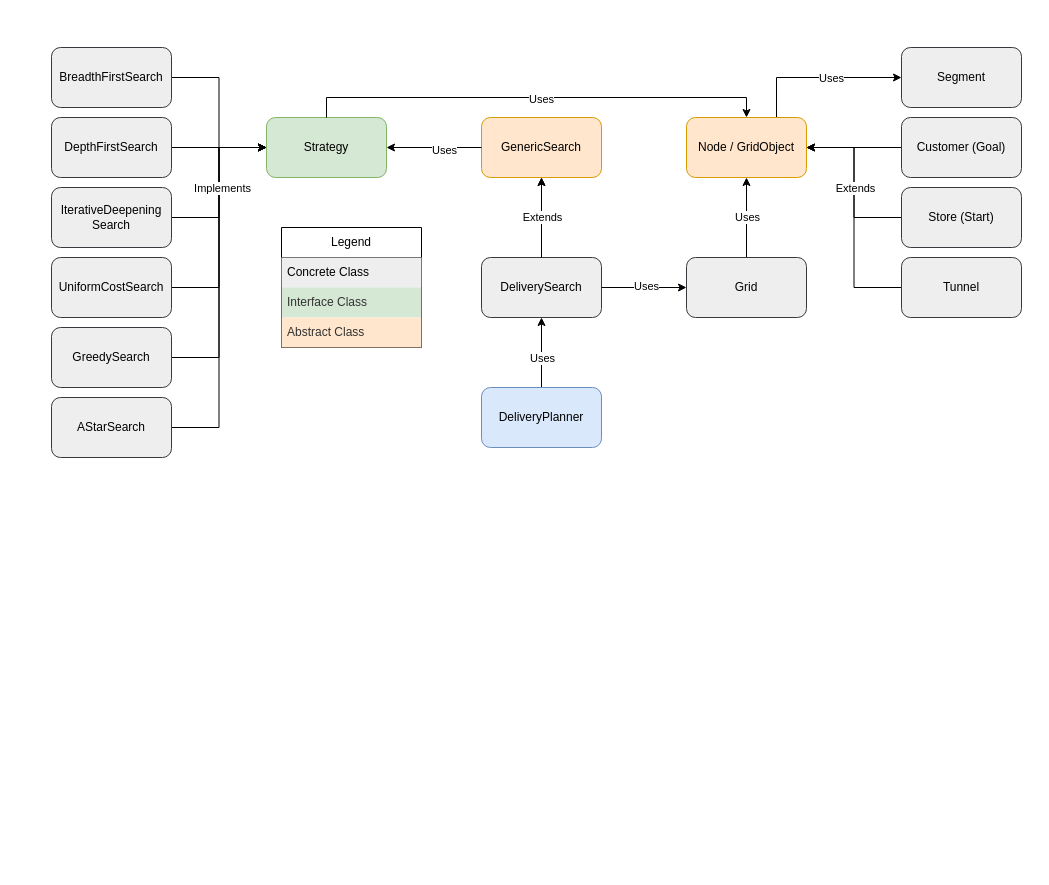
The draw.io diagram report/diagrams/AppArch.drawio in FadluW/CSEN901-ai-search, before the edit. Source tidied: cells renumbered, new cells numbered last; positions are measured from the earlier drawing's top-left corner, leaving out a move shared by most shapes. Both pictures are drawn from the tidied source at 100%, with x=0, y=0 at pixel (51, 47).
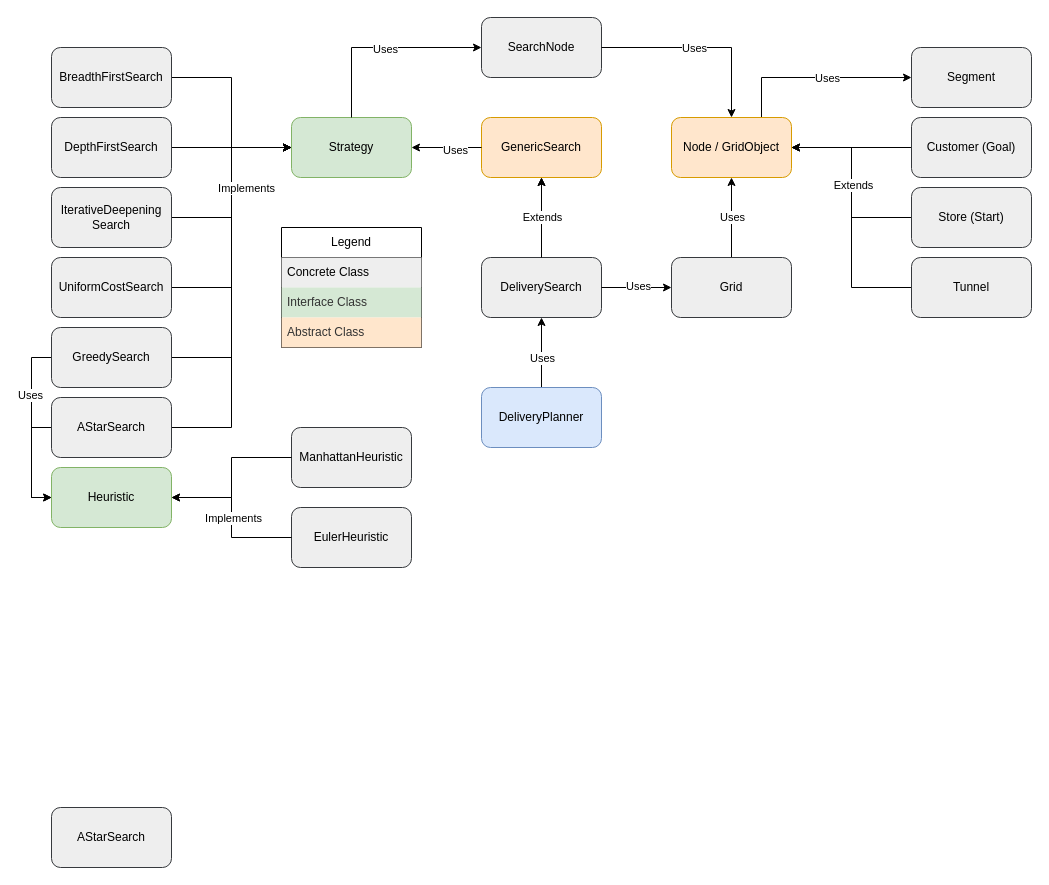
After the change.

Commit message (it also covers changes not shown here):
Update Application Architecture diagram

Unchanged cells that the change refers to:
```xml
<mxCell id="29" value="GreedySearch" style="rounded=1;whiteSpace=wrap;html=1;fillColor=#eeeeee;strokeColor=#36393d;" parent="1" vertex="1">
  <mxGeometry y="280" width="120" height="60" as="geometry" />
</mxCell>
<mxCell id="32" value="AStarSearch" style="rounded=1;whiteSpace=wrap;html=1;fillColor=#eeeeee;strokeColor=#36393d;" parent="1" vertex="1">
  <mxGeometry y="350" width="120" height="60" as="geometry" />
</mxCell>
```

Change to the diagram source:
```diff
@@
     <mxCell id="9" value="Strategy" style="rounded=1;whiteSpace=wrap;html=1;fillColor=#D5E8D4;strokeColor=#82B366;" parent="1" vertex="1">
-      <mxGeometry x="215" y="70" width="120" height="60" as="geometry" />
+      <mxGeometry x="240" y="70" width="120" height="60" as="geometry" />
     </mxCell>
-    <mxCell id="10" style="edgeStyle=orthogonalEdgeStyle;rounded=0;jettySize=auto;html=1;exitX=0.5;exitY=0;exitDx=0;exitDy=0;entryX=0.5;entryY=0;entryDx=0;entryDy=0;" parent="1" edge="1" source="9" target="14">
+    <mxCell id="10" style="edgeStyle=orthogonalEdgeStyle;rounded=0;jettySize=auto;html=1;exitX=0.5;exitY=0;exitDx=0;exitDy=0;entryX=0;entryY=0.5;entryDx=0;entryDy=0;" parent="1" edge="1" source="9" target="51">
       <mxGeometry relative="1" as="geometry" />
     </mxCell>
@@
     <mxCell id="14" value="Node / GridObject" style="rounded=1;whiteSpace=wrap;html=1;fillColor=#ffe6cc;strokeColor=#d79b00;" parent="1" vertex="1">
-      <mxGeometry x="635" y="70" width="120" height="60" as="geometry" />
+      <mxGeometry x="620" y="70" width="120" height="60" as="geometry" />
     </mxCell>
@@
     <mxCell id="19" value="Grid" style="rounded=1;whiteSpace=wrap;html=1;fillColor=#eeeeee;strokeColor=#36393d;" parent="1" vertex="1">
-      <mxGeometry x="635" y="210" width="120" height="60" as="geometry" />
+      <mxGeometry x="620" y="210" width="120" height="60" as="geometry" />
     </mxCell>
@@
+    <mxCell id="48" style="edgeStyle=orthogonalEdgeStyle;rounded=0;jettySize=auto;html=1;exitX=0;exitY=0.5;exitDx=0;exitDy=0;" parent="1" edge="1" source="29">
+      <mxGeometry relative="1" as="geometry">
+        <mxPoint x="0.3" y="450" as="targetPoint" />
+        <Array as="points">
+          <mxPoint x="-20" y="310" />
+          <mxPoint x="-20" y="450" />
+        </Array>
+      </mxGeometry>
+    </mxCell>
+    <mxCell id="49" value="Uses" style="edgeLabel;html=1;align=center;verticalAlign=middle;" parent="48" vertex="1">
+      <mxGeometry x="-0.37" y="-2" relative="1" as="geometry" />
+    </mxCell>
@@
+    <mxCell id="50" style="edgeStyle=orthogonalEdgeStyle;rounded=0;jettySize=auto;html=1;exitX=0;exitY=0.5;exitDx=0;exitDy=0;entryX=0;entryY=0.5;entryDx=0;entryDy=0;" parent="1" edge="1" source="32" target="57">
+      <mxGeometry relative="1" as="geometry" />
+    </mxCell>
@@
     <mxCell id="33" value="Segment" style="rounded=1;whiteSpace=wrap;html=1;fillColor=#eeeeee;strokeColor=#36393d;" parent="1" vertex="1">
-      <mxGeometry x="850" width="120" height="60" as="geometry" />
+      <mxGeometry x="860" width="120" height="60" as="geometry" />
     </mxCell>
@@
     <mxCell id="35" value="Store (Start)" style="rounded=1;whiteSpace=wrap;html=1;fillColor=#eeeeee;strokeColor=#36393d;" parent="1" vertex="1">
-      <mxGeometry x="850" y="140" width="120" height="60" as="geometry" />
+      <mxGeometry x="860" y="140" width="120" height="60" as="geometry" />
     </mxCell>
@@
     <mxCell id="38" value="Tunnel" style="rounded=1;whiteSpace=wrap;html=1;fillColor=#eeeeee;strokeColor=#36393d;" parent="1" vertex="1">
-      <mxGeometry x="850" y="210" width="120" height="60" as="geometry" />
+      <mxGeometry x="860" y="210" width="120" height="60" as="geometry" />
     </mxCell>
@@
     <mxCell id="40" value="Customer (Goal)" style="rounded=1;whiteSpace=wrap;html=1;fillColor=#eeeeee;strokeColor=#36393d;" parent="1" vertex="1">
-      <mxGeometry x="850" y="70" width="120" height="60" as="geometry" />
+      <mxGeometry x="860" y="70" width="120" height="60" as="geometry" />
     </mxCell>
@@
+    <mxCell id="51" value="SearchNode" style="rounded=1;whiteSpace=wrap;html=1;fillColor=#eeeeee;strokeColor=#36393d;" parent="1" vertex="1">
+      <mxGeometry x="430" y="-30" width="120" height="60" as="geometry" />
+    </mxCell>
+    <mxCell id="52" style="edgeStyle=orthogonalEdgeStyle;rounded=0;jettySize=auto;html=1;exitX=1;exitY=0.5;exitDx=0;exitDy=0;entryX=0.5;entryY=0;entryDx=0;entryDy=0;" parent="1" edge="1" source="51" target="14">
+      <mxGeometry relative="1" as="geometry" />
+    </mxCell>
+    <mxCell id="53" value="Uses" style="edgeLabel;html=1;align=center;verticalAlign=middle;" parent="52" vertex="1">
+      <mxGeometry x="0.01" y="-1" relative="1" as="geometry">
+        <mxPoint x="-9" y="-1" as="offset" />
+      </mxGeometry>
+    </mxCell>
+    <mxCell id="54" value="ManhattanHeuristic" style="rounded=1;whiteSpace=wrap;html=1;fillColor=#eeeeee;strokeColor=#36393d;" parent="1" vertex="1">
+      <mxGeometry x="240" y="380" width="120" height="60" as="geometry" />
+    </mxCell>
+    <mxCell id="55" value="AStarSearch" style="rounded=1;whiteSpace=wrap;html=1;fillColor=#eeeeee;strokeColor=#36393d;" parent="1" vertex="1">
+      <mxGeometry y="760" width="120" height="60" as="geometry" />
+    </mxCell>
+    <mxCell id="56" style="edgeStyle=orthogonalEdgeStyle;rounded=0;jettySize=auto;html=1;exitX=0;exitY=0.5;exitDx=0;exitDy=0;entryX=1;entryY=0.5;entryDx=0;entryDy=0;" parent="1" edge="1" source="54" target="57">
+      <mxGeometry relative="1" as="geometry" />
+    </mxCell>
+    <mxCell id="57" value="Heuristic" style="rounded=1;whiteSpace=wrap;html=1;fillColor=#D5E8D4;strokeColor=#82B366;" parent="1" vertex="1">
+      <mxGeometry y="420" width="120" height="60" as="geometry" />
+    </mxCell>
+    <mxCell id="58" value="EulerHeuristic" style="rounded=1;whiteSpace=wrap;html=1;fillColor=#eeeeee;strokeColor=#36393d;" parent="1" vertex="1">
+      <mxGeometry x="240" y="460" width="120" height="60" as="geometry" />
+    </mxCell>
+    <mxCell id="59" style="edgeStyle=orthogonalEdgeStyle;rounded=0;jettySize=auto;html=1;exitX=0;exitY=0.5;exitDx=0;exitDy=0;entryX=1;entryY=0.5;entryDx=0;entryDy=0;" parent="1" edge="1" source="58" target="57">
+      <mxGeometry relative="1" as="geometry" />
+    </mxCell>
+    <mxCell id="60" value="Implements" style="edgeLabel;html=1;align=center;verticalAlign=middle;" parent="59" vertex="1">
+      <mxGeometry x="-0.68" y="-2" relative="1" as="geometry">
+        <mxPoint x="-33" y="-18" as="offset" />
+      </mxGeometry>
+    </mxCell>
```
